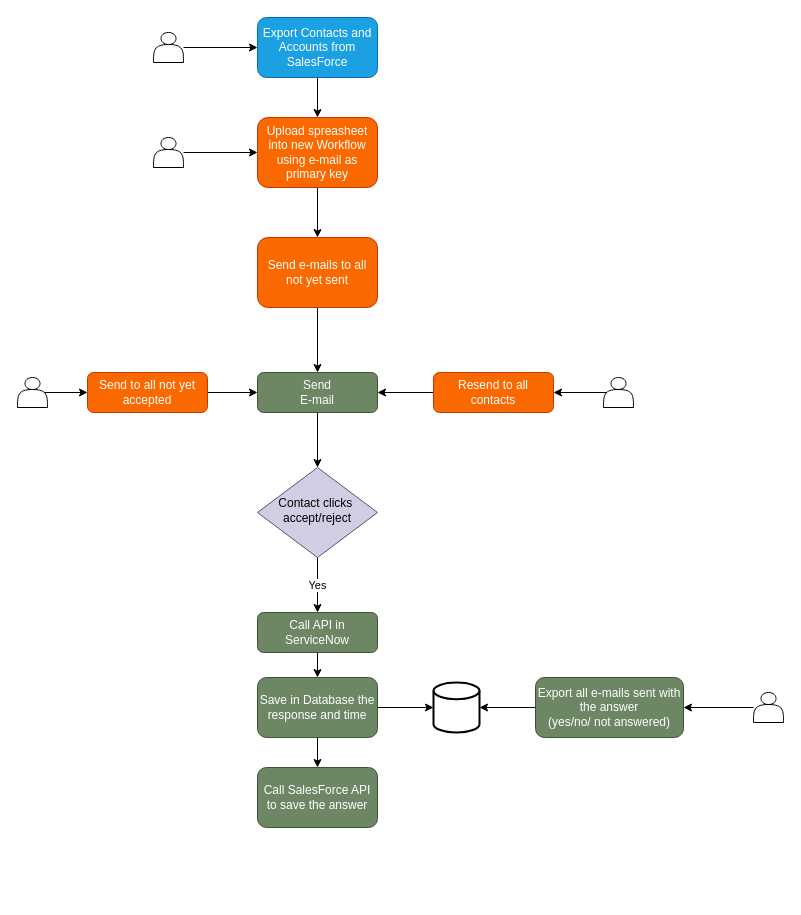
Earlier version of the draw.io diagram LGPD.drawio (anlugifa/drawio). Source tidied: cells renumbered, new cells numbered last; positions are measured from the earlier drawing's top-left corner, leaving out a move shared by most shapes. Both pictures are drawn from the tidied source at 100%, with x=0, y=0 at pixel (17, 17).
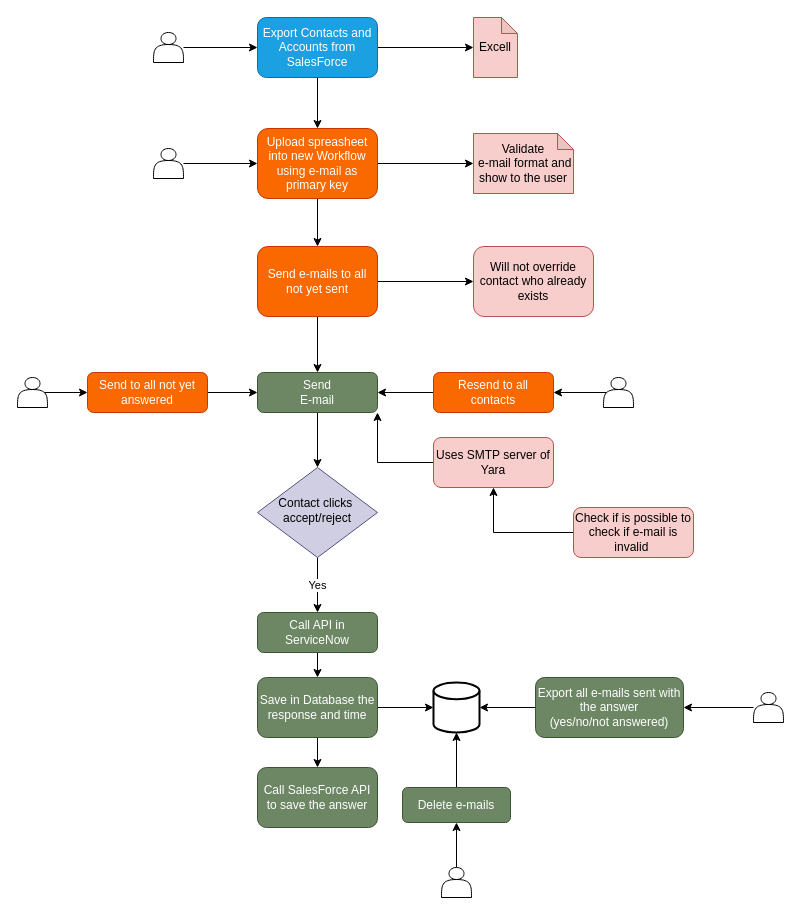
After the change.

The change refers to these unchanged cells:
```xml
<mxCell id="3" value="Export Contacts and Accounts from SalesForce" style="rounded=1;whiteSpace=wrap;html=1;fontSize=12;glass=0;strokeWidth=1;shadow=0;fillColor=#1ba1e2;strokeColor=#006EAF;fontColor=#ffffff;" parent="1" vertex="1">
  <mxGeometry x="240" width="120" height="60" as="geometry" />
</mxCell>
<mxCell id="5" value="Send&lt;br&gt;E-mail" style="rounded=1;whiteSpace=wrap;html=1;fontSize=12;glass=0;strokeWidth=1;shadow=0;fillColor=#6d8764;strokeColor=#3A5431;fontColor=#ffffff;" parent="1" vertex="1">
  <mxGeometry x="240" y="355" width="120" height="40" as="geometry" />
</mxCell>
<mxCell id="32" style="strokeWidth=2;html=1;shape=mxgraph.flowchart.database;whiteSpace=wrap;" parent="1" vertex="1">
  <mxGeometry x="416" y="665" width="46" height="50" as="geometry" />
</mxCell>
```

Change to the diagram source:
```diff
@@
+    <mxCell id="35" style="edgeStyle=orthogonalEdgeStyle;rounded=0;jettySize=auto;html=1;" parent="1" edge="1" source="3" target="38">
+      <mxGeometry relative="1" as="geometry" />
+    </mxCell>
@@
+    <mxCell id="36" style="edgeStyle=orthogonalEdgeStyle;rounded=0;jettySize=auto;html=1;" parent="1" edge="1" source="7" target="48">
+      <mxGeometry relative="1" as="geometry" />
+    </mxCell>
     <mxCell id="7" value="Upload spreasheet into new Workflow using e-mail as primary key" style="rounded=1;whiteSpace=wrap;html=1;fontSize=12;glass=0;strokeWidth=1;shadow=0;fillColor=#fa6800;strokeColor=#C73500;fontColor=#ffffff;" parent="1" vertex="1">
-      <mxGeometry x="240" y="100" width="120" height="70" as="geometry" />
+      <mxGeometry x="240" y="111" width="120" height="70" as="geometry" />
     </mxCell>
@@
+    <mxCell id="37" style="edgeStyle=orthogonalEdgeStyle;rounded=0;jettySize=auto;html=1;" parent="1" edge="1" source="9" target="39">
+      <mxGeometry relative="1" as="geometry" />
+    </mxCell>
     <mxCell id="9" value="Send e-mails to all not yet sent" style="rounded=1;whiteSpace=wrap;html=1;fontSize=12;glass=0;strokeWidth=1;shadow=0;fillColor=#fa6800;strokeColor=#C73500;fontColor=#ffffff;" parent="1" vertex="1">
-      <mxGeometry x="240" y="220" width="120" height="70" as="geometry" />
+      <mxGeometry x="240" y="229" width="120" height="70" as="geometry" />
     </mxCell>
@@
-    <mxCell id="11" value="Send to all not yet accepted" style="rounded=1;whiteSpace=wrap;html=1;fontSize=12;glass=0;strokeWidth=1;shadow=0;fillColor=#fa6800;strokeColor=#C73500;fontColor=#ffffff;" parent="1" vertex="1">
+    <mxCell id="11" value="Send to all not yet answered" style="rounded=1;whiteSpace=wrap;html=1;fontSize=12;glass=0;strokeWidth=1;shadow=0;fillColor=#fa6800;strokeColor=#C73500;fontColor=#ffffff;" parent="1" vertex="1">
       <mxGeometry x="70" y="355" width="120" height="40" as="geometry" />
     </mxCell>
@@
     <mxCell id="29" style="shape=actor;whiteSpace=wrap;html=1;" parent="1" vertex="1">
-      <mxGeometry x="136" y="120" width="30" height="30" as="geometry" />
+      <mxGeometry x="136" y="131" width="30" height="30" as="geometry" />
     </mxCell>
@@
-    <mxCell id="34" value="Export all e-mails sent with the answer&lt;br&gt;(yes/no/ not answered)" style="whiteSpace=wrap;html=1;rounded=1;shadow=0;strokeWidth=1;glass=0;fillColor=#6d8764;strokeColor=#3A5431;fontColor=#ffffff;" parent="1" vertex="1">
+    <mxCell id="34" value="Export all e-mails sent with the answer&lt;br&gt;(yes/no/not answered)" style="whiteSpace=wrap;html=1;rounded=1;shadow=0;strokeWidth=1;glass=0;fillColor=#6d8764;strokeColor=#3A5431;fontColor=#ffffff;" parent="1" vertex="1">
       <mxGeometry x="518" y="660" width="148" height="60" as="geometry" />
     </mxCell>
+    <mxCell id="38" value="Excell" style="shape=note;whiteSpace=wrap;html=1;backgroundOutline=1;darkOpacity=0.05;rounded=1;shadow=0;strokeColor=#b85450;strokeWidth=1;fillColor=#f8cecc;glass=0;size=16;" parent="1" vertex="1">
+      <mxGeometry x="456" width="44" height="60" as="geometry" />
+    </mxCell>
+    <mxCell id="39" value="Will not override contact who already exists" style="rounded=1;whiteSpace=wrap;html=1;fontSize=12;glass=0;strokeWidth=1;shadow=0;fillColor=#f8cecc;strokeColor=#b85450;" parent="1" vertex="1">
+      <mxGeometry x="456" y="229" width="120" height="70" as="geometry" />
+    </mxCell>
+    <mxCell id="40" style="edgeStyle=orthogonalEdgeStyle;rounded=0;jettySize=auto;html=1;entryX=1;entryY=1;entryDx=0;entryDy=0;" parent="1" edge="1" source="41" target="5">
+      <mxGeometry relative="1" as="geometry" />
+    </mxCell>
+    <mxCell id="41" value="Uses SMTP server of Yara" style="rounded=1;whiteSpace=wrap;html=1;fontSize=12;glass=0;strokeWidth=1;shadow=0;fillColor=#f8cecc;strokeColor=#b85450;" parent="1" vertex="1">
+      <mxGeometry x="416" y="420" width="120" height="50" as="geometry" />
+    </mxCell>
+    <mxCell id="42" style="edgeStyle=orthogonalEdgeStyle;rounded=0;jettySize=auto;html=1;" parent="1" edge="1" source="43" target="45">
+      <mxGeometry relative="1" as="geometry" />
+    </mxCell>
+    <mxCell id="43" style="shape=actor;whiteSpace=wrap;html=1;" parent="1" vertex="1">
+      <mxGeometry x="424" y="850" width="30" height="30" as="geometry" />
+    </mxCell>
+    <mxCell id="44" style="edgeStyle=orthogonalEdgeStyle;rounded=0;jettySize=auto;html=1;" parent="1" edge="1" source="45" target="32">
+      <mxGeometry relative="1" as="geometry" />
+    </mxCell>
+    <mxCell id="45" value="Delete e-mails" style="whiteSpace=wrap;html=1;rounded=1;shadow=0;strokeWidth=1;glass=0;fillColor=#6d8764;strokeColor=#3A5431;fontColor=#ffffff;" parent="1" vertex="1">
+      <mxGeometry x="385" y="770" width="108" height="35" as="geometry" />
+    </mxCell>
+    <mxCell id="46" style="edgeStyle=orthogonalEdgeStyle;rounded=0;jettySize=auto;html=1;" parent="1" edge="1" source="47" target="41">
+      <mxGeometry relative="1" as="geometry" />
+    </mxCell>
+    <mxCell id="47" value="Check if is possible to check if e-mail is invalid&amp;nbsp;" style="rounded=1;whiteSpace=wrap;html=1;fontSize=12;glass=0;strokeWidth=1;shadow=0;fillColor=#f8cecc;strokeColor=#b85450;" parent="1" vertex="1">
+      <mxGeometry x="556" y="490" width="120" height="50" as="geometry" />
+    </mxCell>
+    <mxCell id="48" value="Validate&lt;br&gt;&amp;nbsp;e-mail format and show to the user" style="shape=note;whiteSpace=wrap;html=1;backgroundOutline=1;darkOpacity=0.05;rounded=1;shadow=0;strokeColor=#b85450;strokeWidth=1;fillColor=#f8cecc;glass=0;size=16;" parent="1" vertex="1">
+      <mxGeometry x="456" y="116" width="100" height="60" as="geometry" />
+    </mxCell>
```
